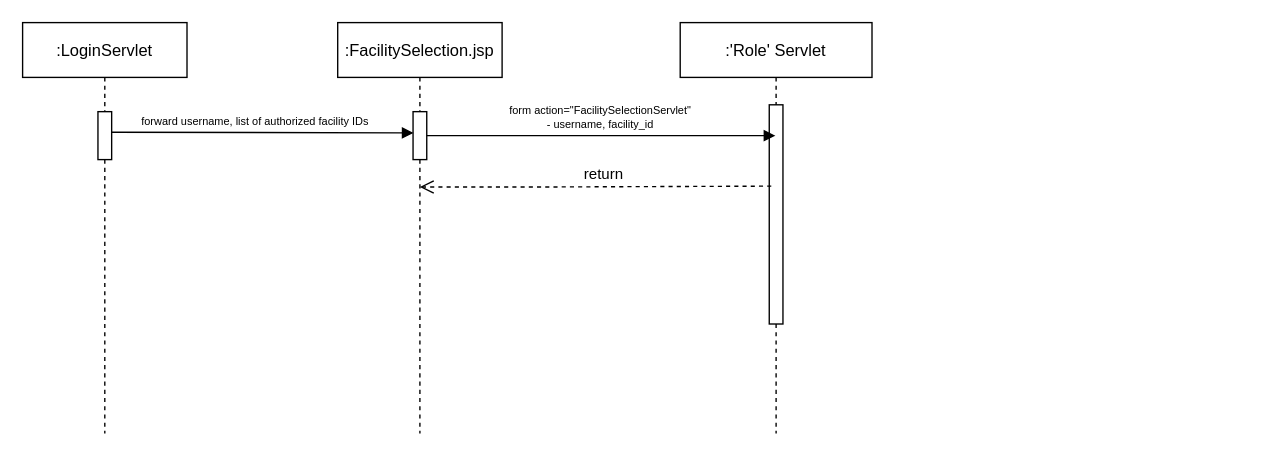
Above: diagrams/FacilitySelectionSequence.drawio in empty-works/plain-emrs-no-fw (draw.io), before the change. Source tidied: cells renumbered, new cells numbered last; positions are measured from the earlier drawing's top-left corner, leaving out a move shared by most shapes. Both pictures are drawn from the tidied source at 137%, with x=0, y=0 at pixel (22, 22).
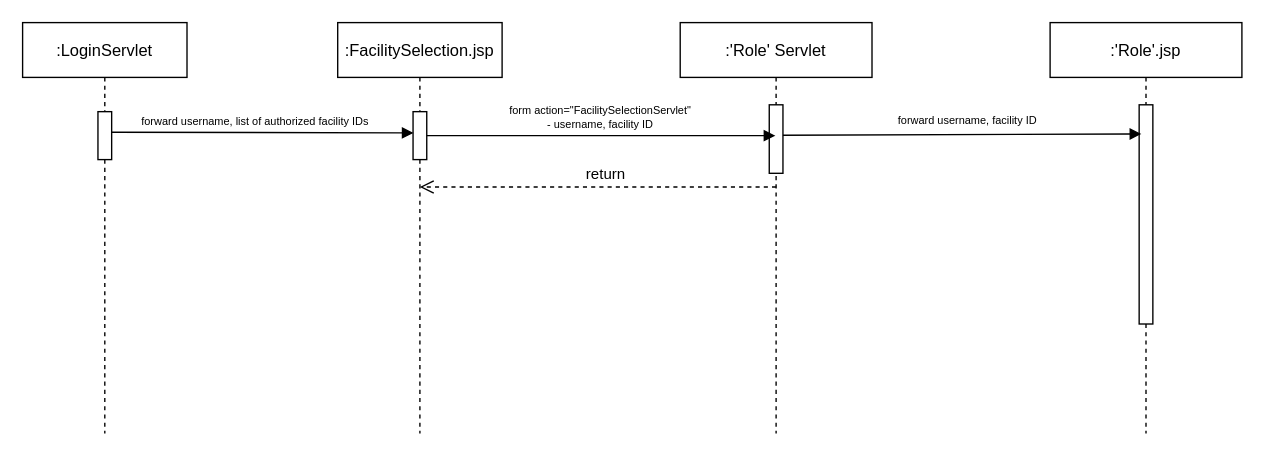
Above is the later version.

Commit message:
FacilitySelectionSequence updated up to the 'role' JSP.

The edit, as a diff of the source:
```diff
@@
 <mxGraphModel>
   <root>
     <mxCell id="0" />
     <mxCell id="1" parent="0" />
     <mxCell id="2" value=":FacilitySelection.jsp" style="shape=umlLifeline;perimeter=lifelinePerimeter;rounded=0;shadow=0;strokeWidth=1;" parent="1" vertex="1">
       <mxGeometry x="230" width="120" height="300" as="geometry" />
     </mxCell>
     <mxCell id="3" style="points=[];perimeter=orthogonalPerimeter;rounded=0;shadow=0;strokeWidth=1;" parent="2" vertex="1">
       <mxGeometry x="55" y="65" width="10" height="35" as="geometry" />
     </mxCell>
     <mxCell id="4" value=":'Role' Servlet" style="shape=umlLifeline;perimeter=lifelinePerimeter;rounded=0;shadow=0;strokeWidth=1;" parent="1" vertex="1">
       <mxGeometry x="480" width="140" height="300" as="geometry" />
     </mxCell>
     <mxCell id="5" style="points=[];perimeter=orthogonalPerimeter;rounded=0;shadow=0;strokeWidth=1;" parent="4" vertex="1">
-      <mxGeometry x="65" y="60" width="10" height="160" as="geometry" />
+      <mxGeometry x="65" y="60" width="10" height="50" as="geometry" />
     </mxCell>
-    <mxCell id="6" value="return" style="verticalAlign=bottom;endArrow=open;dashed=1;endSize=8;shadow=0;strokeWidth=1;entryX=0.5;entryY=0.4;entryDx=0;entryDy=0;entryPerimeter=0;exitX=0.148;exitY=0.371;exitDx=0;exitDy=0;exitPerimeter=0;" parent="1" edge="1" source="5" target="2">
+    <mxCell id="6" value="return" style="verticalAlign=bottom;endArrow=open;dashed=1;endSize=8;shadow=0;strokeWidth=1;entryX=0.5;entryY=0.4;entryDx=0;entryDy=0;entryPerimeter=0;exitX=0.5;exitY=0.4;exitDx=0;exitDy=0;exitPerimeter=0;" parent="1" edge="1" source="4" target="2">
       <mxGeometry x="-0.05" relative="1" as="geometry">
         <Array as="points">
           <mxPoint x="380" y="120" />
         </Array>
       </mxGeometry>
     </mxCell>
-    <mxCell id="7" value="form action=&quot;FacilitySelectionServlet&quot; &#10;- username, facility_id" style="verticalAlign=bottom;endArrow=block;shadow=0;strokeWidth=1;fontSize=8;" parent="1" edge="1" source="3" target="4">
+    <mxCell id="7" value="form action=&quot;FacilitySelectionServlet&quot; &#10;- username, facility ID" style="verticalAlign=bottom;endArrow=block;shadow=0;strokeWidth=1;fontSize=8;" parent="1" edge="1" source="3" target="4">
       <mxGeometry relative="1" as="geometry" />
     </mxCell>
     <mxCell id="8" value=":LoginServlet" style="shape=umlLifeline;perimeter=lifelinePerimeter;rounded=0;shadow=0;strokeWidth=1;" parent="1" vertex="1">
       <mxGeometry width="120" height="300" as="geometry" />
     </mxCell>
     <mxCell id="9" style="points=[];perimeter=orthogonalPerimeter;rounded=0;shadow=0;strokeWidth=1;" parent="8" vertex="1">
       <mxGeometry x="55" y="65" width="10" height="35" as="geometry" />
     </mxCell>
     <mxCell id="10" value="forward username, list of authorized facility IDs" style="verticalAlign=bottom;endArrow=block;entryX=0.04;entryY=0.443;shadow=0;strokeWidth=1;fontSize=8;entryDx=0;entryDy=0;entryPerimeter=0;exitX=1;exitY=0.429;exitDx=0;exitDy=0;exitPerimeter=0;" parent="1" edge="1" source="9" target="3">
       <mxGeometry x="-0.05" relative="1" as="geometry" />
     </mxCell>
+    <mxCell id="11" value=":'Role'.jsp" style="shape=umlLifeline;perimeter=lifelinePerimeter;rounded=0;shadow=0;strokeWidth=1;" parent="1" vertex="1">
+      <mxGeometry x="750" width="140" height="300" as="geometry" />
+    </mxCell>
+    <mxCell id="12" style="points=[];perimeter=orthogonalPerimeter;rounded=0;shadow=0;strokeWidth=1;" parent="11" vertex="1">
+      <mxGeometry x="65" y="60" width="10" height="160" as="geometry" />
+    </mxCell>
+    <mxCell id="13" value="forward username, facility ID" style="verticalAlign=bottom;endArrow=block;shadow=0;strokeWidth=1;fontSize=8;entryX=0.16;entryY=0.133;entryDx=0;entryDy=0;entryPerimeter=0;" parent="11" edge="1" target="12">
+      <mxGeometry x="0.03" y="2" relative="1" as="geometry">
+        <mxPoint x="-195" y="82.2" as="sourcePoint" />
+      </mxGeometry>
+    </mxCell>
   </root>
 </mxGraphModel>
```
